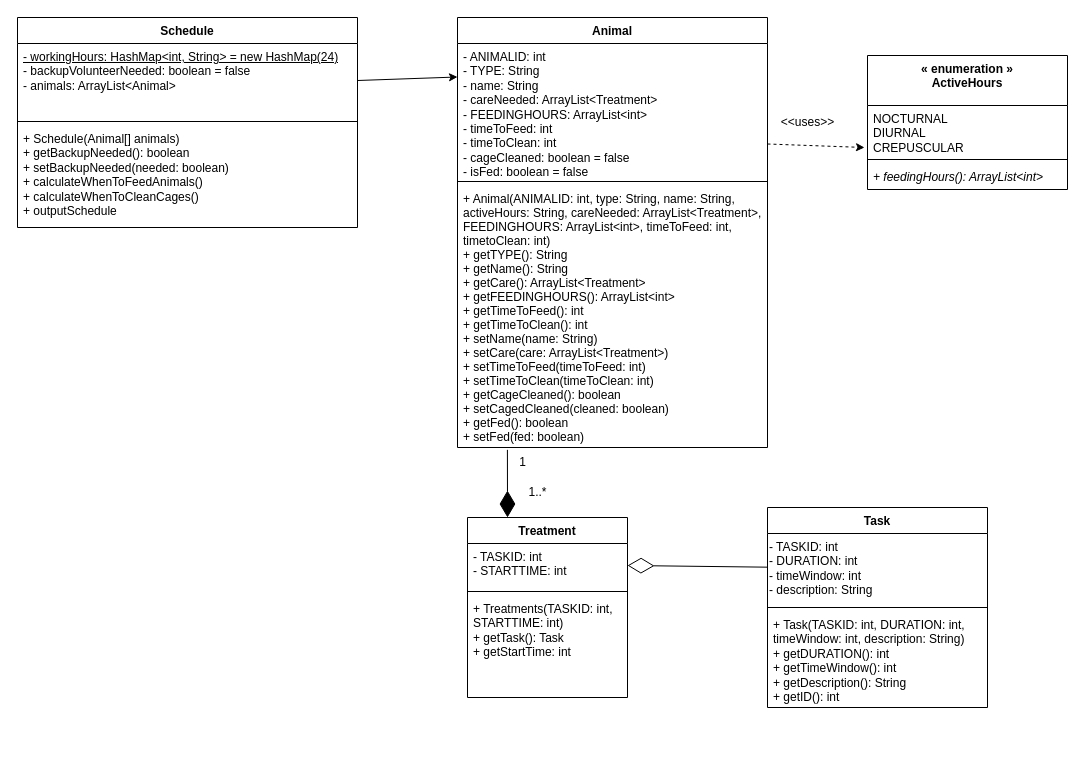
Before: 64.drawio in aryan-karadia/Mock-Schedule-Builder, a draw.io diagram. Source tidied: cells renumbered, new cells numbered last; positions are measured from the earlier drawing's top-left corner, leaving out a move shared by most shapes. Both pictures are drawn from the tidied source at 100%, with x=0, y=0 at pixel (17, 17).
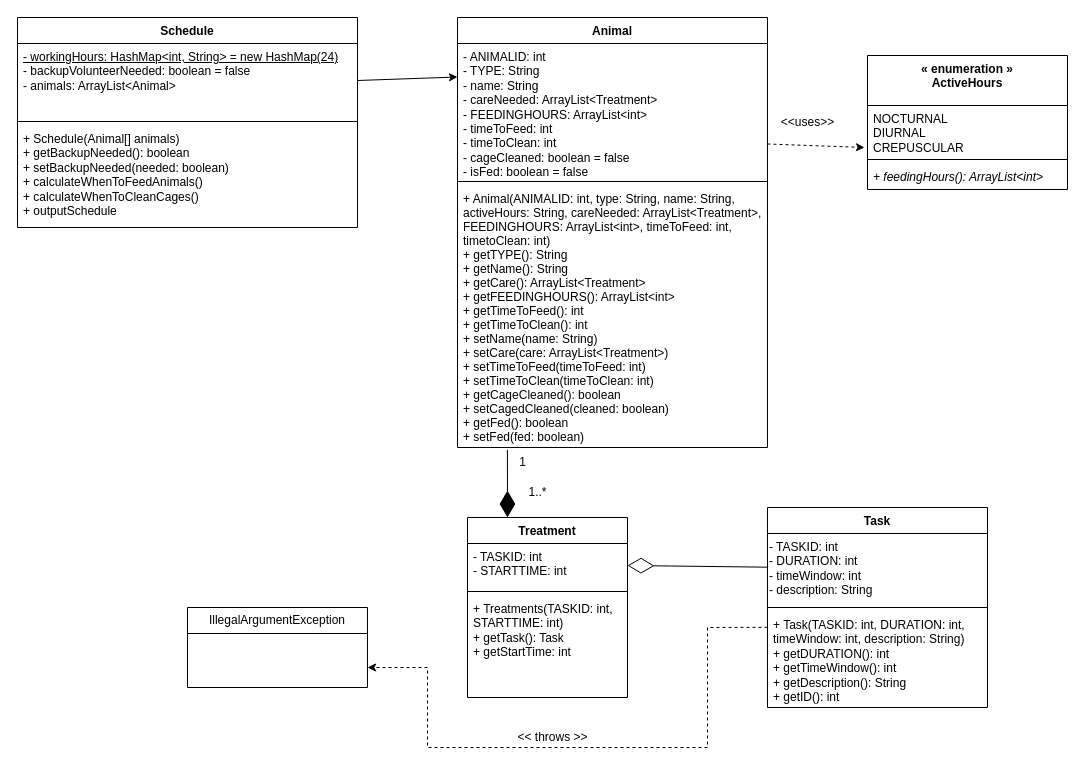
The same diagram, later.

Commit message:
Task throws IllegalArgumentException in Constructor

The change refers to these unchanged cells:
```xml
<mxCell id="13" value="+ Task(TASKID: int, DURATION: int, timeWindow: int, description: String)&lt;br&gt;+ getDURATION(): int&lt;br&gt;+ getTimeWindow(): int&lt;br&gt;+ getDescription(): String&lt;br&gt;+ getID(): int" style="text;strokeColor=none;fillColor=none;align=left;verticalAlign=top;spacingLeft=4;spacingRight=4;overflow=hidden;points=[[0,0.5],[1,0.5]];portConstraint=eastwest;whiteSpace=wrap;html=1;" parent="10" vertex="1">
  <mxGeometry y="104" width="220" height="96" as="geometry" />
</mxCell>
```

What changed in the source:
```diff
@@
+    <mxCell id="29" value="IllegalArgumentException" style="swimlane;fontStyle=0;horizontal=1;startSize=26;fillColor=none;whiteSpace=wrap;html=1;" parent="1" vertex="1">
+      <mxGeometry x="170" y="590" width="180" height="80" as="geometry" />
+    </mxCell>
+    <mxCell id="30" style="html=1;labelBackgroundColor=#ffffff;startArrow=none;startFill=0;startSize=6;endArrow=classic;endFill=1;endSize=6;jettySize=auto;strokeWidth=1;dashed=1;fontSize=14;rounded=0;exitX=0;exitY=0.165;exitDx=0;exitDy=0;exitPerimeter=0;entryX=1;entryY=0.75;entryDx=0;entryDy=0;" parent="1" edge="1" source="13" target="29">
+      <mxGeometry relative="1" as="geometry">
+        <Array as="points">
+          <mxPoint x="690" y="610" />
+          <mxPoint x="690" y="730" />
+          <mxPoint x="410" y="730" />
+          <mxPoint x="410" y="650" />
+        </Array>
+      </mxGeometry>
+    </mxCell>
+    <mxCell id="31" value="&amp;lt;&amp;lt; throws &amp;gt;&amp;gt;" style="text;html=1;align=center;verticalAlign=middle;strokeColor=none;fillColor=none;" parent="1" vertex="1">
+      <mxGeometry x="490" y="705" width="90" height="30" as="geometry" />
+    </mxCell>
```
